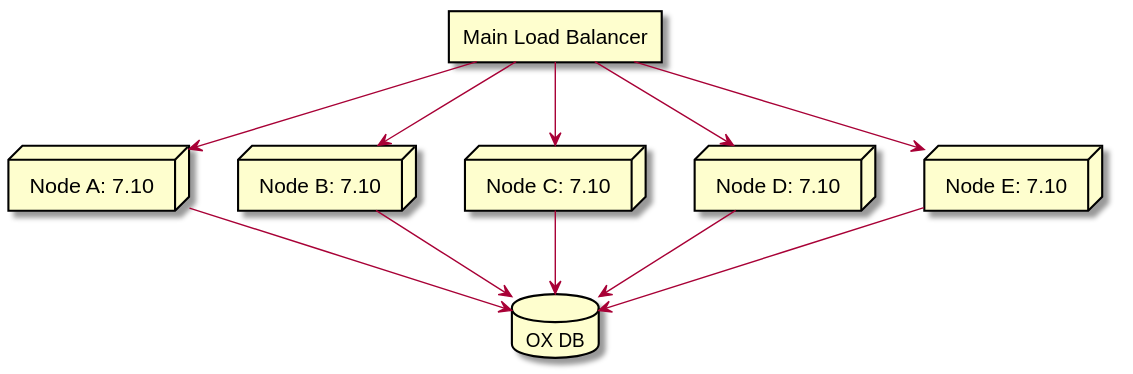
open-xchange/appsuite-middleware keeps this PlantUML diagram as documentation/components/upgrade_without_downtimes/mw-784-4.svg. Above is the earlier version. The source it was exported from:
```plantuml
@startuml
rectangle "Main Load Balancer"

node "Node A: 7.10"
node "Node B: 7.10"
node "Node C: 7.10"
node "Node D: 7.10"
node "Node E: 7.10"

database "OX DB"

[Main Load Balancer] --> [Node A: 7.10]
[Main Load Balancer] --> [Node B: 7.10]
[Main Load Balancer] --> [Node C: 7.10]
[Main Load Balancer] --> [Node D: 7.10]
[Main Load Balancer] --> [Node E: 7.10]

[Node A: 7.10] --> [OX DB]
[Node B: 7.10] --> [OX DB]
[Node C: 7.10] --> [OX DB]
[Node D: 7.10] --> [OX DB]
[Node E: 7.10] --> [OX DB]

@enduml
```
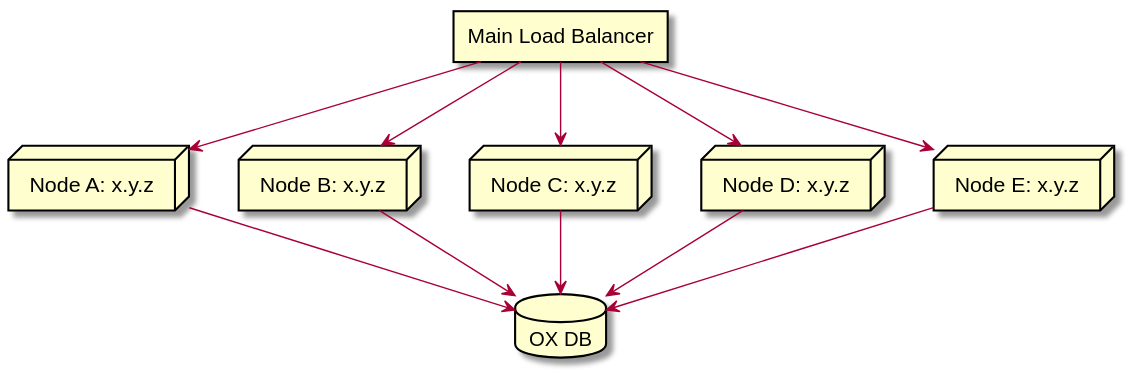
The same diagram one commit later.

The edit, as a diff of the source:
```diff
@@ -1,24 +1,24 @@
 @startuml
 rectangle "Main Load Balancer"
 
-node "Node A: 7.10"
-node "Node B: 7.10"
-node "Node C: 7.10"
-node "Node D: 7.10"
-node "Node E: 7.10"
+node "Node A: x.y.z"
+node "Node B: x.y.z"
+node "Node C: x.y.z"
+node "Node D: x.y.z"
+node "Node E: x.y.z"
 
 database "OX DB"
 
-[Main Load Balancer] --> [Node A: 7.10]
-[Main Load Balancer] --> [Node B: 7.10]
-[Main Load Balancer] --> [Node C: 7.10]
-[Main Load Balancer] --> [Node D: 7.10]
-[Main Load Balancer] --> [Node E: 7.10]
+[Main Load Balancer] --> [Node A: x.y.z]
+[Main Load Balancer] --> [Node B: x.y.z]
+[Main Load Balancer] --> [Node C: x.y.z]
+[Main Load Balancer] --> [Node D: x.y.z]
+[Main Load Balancer] --> [Node E: x.y.z]
 
-[Node A: 7.10] --> [OX DB]
-[Node B: 7.10] --> [OX DB]
-[Node C: 7.10] --> [OX DB]
-[Node D: 7.10] --> [OX DB]
-[Node E: 7.10] --> [OX DB]
+[Node A: x.y.z] --> [OX DB]
+[Node B: x.y.z] --> [OX DB]
+[Node C: x.y.z] --> [OX DB]
+[Node D: x.y.z] --> [OX DB]
+[Node E: x.y.z] --> [OX DB]
 
 @enduml
```
